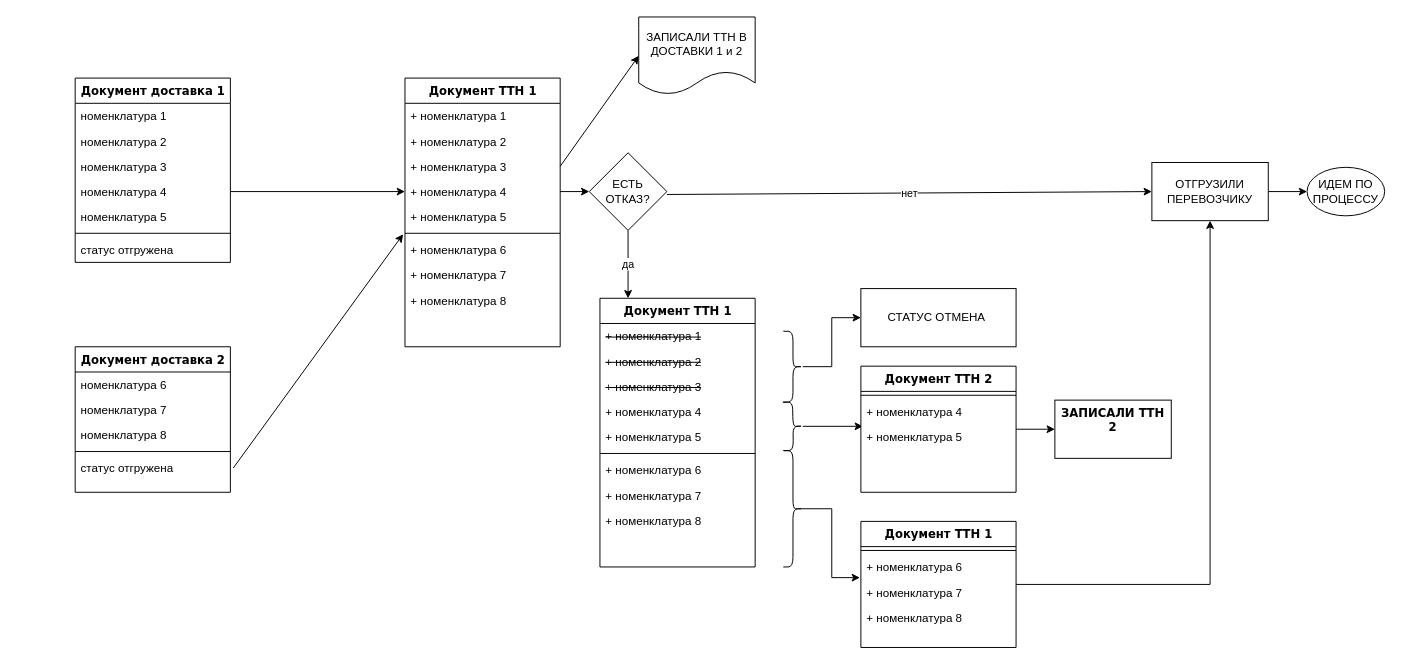
gleb-ehorich/gleb-ehorich keeps this draw.io diagram as Untitled Diagram.drawio. Above is the earlier version. Source tidied: cells renumbered, new cells numbered last; positions are measured from the earlier drawing's top-left corner, leaving out a move shared by most shapes. Both pictures are drawn from the tidied source at 97%, with x=0, y=0 at pixel (75, 16).
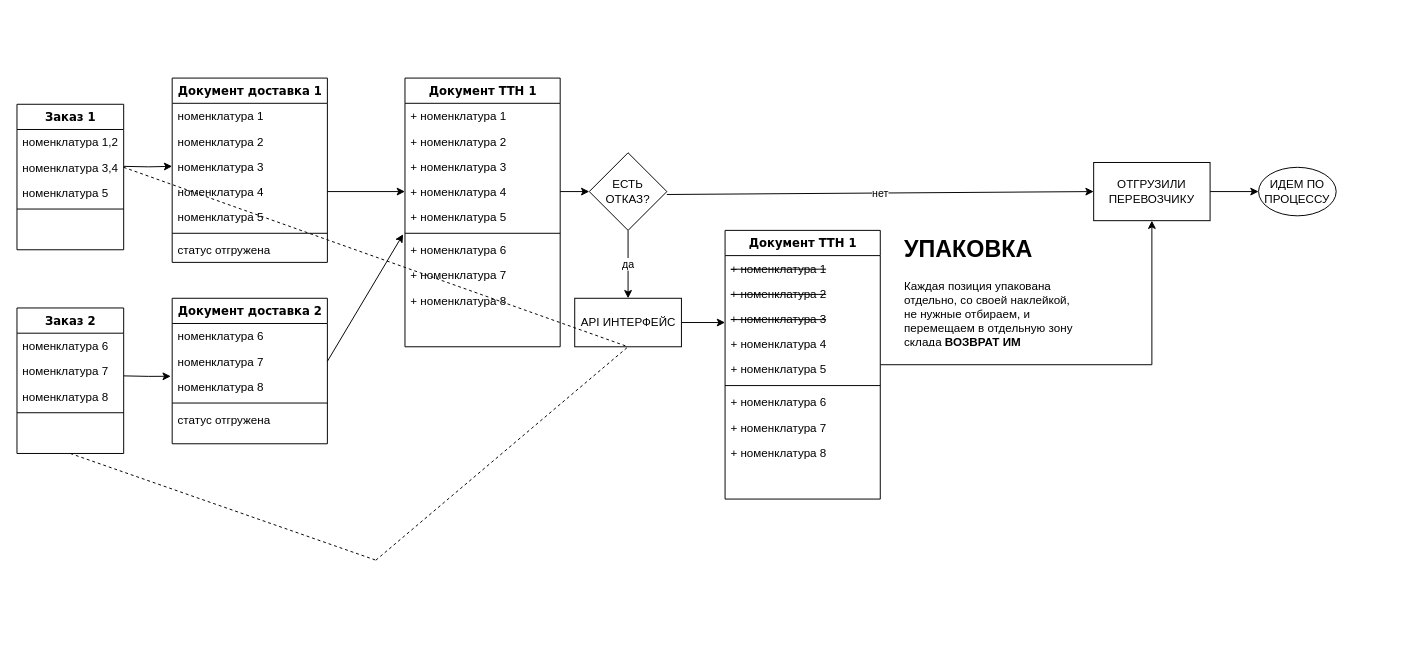
The same diagram, later.

Unchanged cells that the change refers to:
```xml
<mxCell id="5" value="номенклатура 3" style="text;html=1;strokeColor=none;fillColor=none;align=left;verticalAlign=top;spacingLeft=4;spacingRight=4;whiteSpace=wrap;overflow=hidden;points=[[0,0.5],[1,0.5]];portConstraint=eastwest;" parent="2" vertex="1">
  <mxGeometry y="78" width="160" height="26" as="geometry" />
</mxCell>
<mxCell id="13" value="+ номенклатура 3" style="text;html=1;strokeColor=none;fillColor=none;align=left;verticalAlign=top;spacingLeft=4;spacingRight=4;whiteSpace=wrap;overflow=hidden;points=[[0,0.5],[1,0.5]];portConstraint=eastwest;" parent="10" vertex="1">
  <mxGeometry y="78" width="160" height="26" as="geometry" />
</mxCell>
<mxCell id="17" value="+ номенклатура 6" style="text;html=1;strokeColor=none;fillColor=none;align=left;verticalAlign=top;spacingLeft=4;spacingRight=4;whiteSpace=wrap;overflow=hidden;points=[[0,0.5],[1,0.5]];portConstraint=eastwest;" parent="10" vertex="1">
  <mxGeometry y="164" width="160" height="26" as="geometry" />
</mxCell>
<mxCell id="22" value="номенклатура 7" style="text;html=1;strokeColor=none;fillColor=none;align=left;verticalAlign=top;spacingLeft=4;spacingRight=4;whiteSpace=wrap;overflow=hidden;points=[[0,0.5],[1,0.5]];portConstraint=eastwest;" parent="20" vertex="1">
  <mxGeometry y="52" width="160" height="26" as="geometry" />
</mxCell>
<mxCell id="23" value="номенклатура 8" style="text;html=1;strokeColor=none;fillColor=none;align=left;verticalAlign=top;spacingLeft=4;spacingRight=4;whiteSpace=wrap;overflow=hidden;points=[[0,0.5],[1,0.5]];portConstraint=eastwest;" parent="20" vertex="1">
  <mxGeometry y="78" width="160" height="26" as="geometry" />
</mxCell>
<mxCell id="40" value="&lt;strike&gt;+ номенклатура 3&lt;/strike&gt;" style="text;html=1;strokeColor=none;fillColor=none;align=left;verticalAlign=top;spacingLeft=4;spacingRight=4;whiteSpace=wrap;overflow=hidden;points=[[0,0.5],[1,0.5]];portConstraint=eastwest;" parent="37" vertex="1">
  <mxGeometry y="78" width="160" height="26" as="geometry" />
</mxCell>
```

The edit, as a diff of the source:
```diff
@@
     <mxCell id="2" value="Документ доставка 1" style="swimlane;html=1;fontStyle=1;align=center;verticalAlign=top;horizontal=1;startSize=26;swimlaneFillColor=#ffffff;rounded=0;shadow=0;comic=0;labelBackgroundColor=none;strokeWidth=1;fillColor=none;fontFamily=Verdana;fontSize=12;" parent="1" vertex="1">
-      <mxGeometry y="63" width="160" height="190" as="geometry" />
+      <mxGeometry x="100" y="63" width="160" height="190" as="geometry" />
     </mxCell>
@@
     <mxCell id="20" value="Документ доставка 2" style="swimlane;html=1;fontStyle=1;align=center;verticalAlign=top;horizontal=1;startSize=26;swimlaneFillColor=#ffffff;rounded=0;shadow=0;comic=0;labelBackgroundColor=none;strokeWidth=1;fillColor=none;fontFamily=Verdana;fontSize=12;" parent="1" vertex="1">
-      <mxGeometry y="340" width="160" height="150" as="geometry" />
+      <mxGeometry x="100" y="290" width="160" height="150" as="geometry" />
     </mxCell>
@@
-    <mxCell id="27" style="endArrow=classic;html=1;exitX=1.019;exitY=0.808;exitDx=0;exitDy=0;exitPerimeter=0;entryX=-0.012;entryY=-0.115;entryDx=0;entryDy=0;entryPerimeter=0;" parent="1" edge="1" target="17">
-      <mxGeometry relative="1" as="geometry">
-        <mxPoint x="163" y="465" as="sourcePoint" />
-      </mxGeometry>
+    <mxCell id="27" style="endArrow=classic;html=1;exitX=1;exitY=0.5;exitDx=0;exitDy=0;entryX=-0.012;entryY=-0.115;entryDx=0;entryDy=0;entryPerimeter=0;" parent="1" edge="1" source="22" target="17">
+      <mxGeometry relative="1" as="geometry" />
     </mxCell>
@@
     <mxCell id="33" value="ОТГРУЗИЛИ ПЕРЕВОЗЧИКУ" style="rounded=0;whiteSpace=wrap;html=1;" parent="1" vertex="1">
-      <mxGeometry x="1110" y="150" width="120" height="60" as="geometry" />
+      <mxGeometry x="1050" y="150" width="120" height="60" as="geometry" />
     </mxCell>
     <mxCell id="34" value="ИДЕМ ПО ПРОЦЕССУ" style="ellipse;whiteSpace=wrap;html=1;" parent="1" vertex="1">
-      <mxGeometry x="1270" y="155" width="80" height="50" as="geometry" />
+      <mxGeometry x="1220" y="155" width="80" height="50" as="geometry" />
     </mxCell>
-    <mxCell id="35" value="ЗАПИСАЛИ ТТН В ДОСТАВКИ 1 и 2" style="shape=document;whiteSpace=wrap;html=1;boundedLbl=1;" parent="1" vertex="1">
-      <mxGeometry x="581" width="120" height="80" as="geometry" />
-    </mxCell>
-    <mxCell id="36" style="endArrow=classic;html=1;entryX=0;entryY=0.5;entryDx=0;entryDy=0;exitX=1;exitY=0.5;exitDx=0;exitDy=0;" parent="1" edge="1" source="13" target="35">
-      <mxGeometry relative="1" as="geometry" />
-    </mxCell>
+    <mxCell id="66" style="edgeStyle=orthogonalEdgeStyle;rounded=0;jettySize=auto;html=1;entryX=0.5;entryY=1;entryDx=0;entryDy=0;" parent="1" edge="1" source="37" target="33">
+      <mxGeometry relative="1" as="geometry" />
+    </mxCell>
     <mxCell id="37" value="Документ ТТН 1" style="swimlane;html=1;fontStyle=1;align=center;verticalAlign=top;horizontal=1;startSize=26;swimlaneFillColor=#ffffff;rounded=0;shadow=0;comic=0;labelBackgroundColor=none;strokeWidth=1;fillColor=none;fontFamily=Verdana;fontSize=12;" parent="1" vertex="1">
-      <mxGeometry x="541" y="290" width="160" height="277" as="geometry" />
+      <mxGeometry x="670" y="220" width="160" height="277" as="geometry" />
     </mxCell>
@@
-    <mxCell id="47" style="edgeStyle=orthogonalEdgeStyle;rounded=0;jettySize=auto;html=1;exitX=0.1;exitY=0.5;exitDx=0;exitDy=0;exitPerimeter=0;entryX=-0.006;entryY=0.923;entryDx=0;entryDy=0;entryPerimeter=0;" parent="1" edge="1" source="48" target="52">
-      <mxGeometry relative="1" as="geometry" />
-    </mxCell>
-    <mxCell id="48" style="shape=curlyBracket;whiteSpace=wrap;html=1;rounded=1;rotation=-180;" parent="1" vertex="1">
-      <mxGeometry x="730" y="447" width="20" height="120" as="geometry" />
-    </mxCell>
-    <mxCell id="49" style="edgeStyle=orthogonalEdgeStyle;rounded=0;jettySize=auto;html=1;entryX=0.5;entryY=1;entryDx=0;entryDy=0;" parent="1" edge="1" source="50" target="33">
-      <mxGeometry relative="1" as="geometry" />
-    </mxCell>
-    <mxCell id="50" value="Документ ТТН 1" style="swimlane;html=1;fontStyle=1;align=center;verticalAlign=top;horizontal=1;startSize=26;swimlaneFillColor=#ffffff;rounded=0;shadow=0;comic=0;labelBackgroundColor=none;strokeWidth=1;fillColor=none;fontFamily=Verdana;fontSize=12;" parent="1" vertex="1">
-      <mxGeometry x="810" y="520" width="160" height="130" as="geometry" />
-    </mxCell>
-    <mxCell id="51" style="line;html=1;strokeWidth=1;fillColor=none;align=left;verticalAlign=middle;spacingTop=-1;spacingLeft=3;spacingRight=3;labelPosition=right;" parent="50" vertex="1">
-      <mxGeometry y="26" width="160" height="8" as="geometry" />
-    </mxCell>
-    <mxCell id="52" value="+ номенклатура 6" style="text;html=1;strokeColor=none;fillColor=none;align=left;verticalAlign=top;spacingLeft=4;spacingRight=4;whiteSpace=wrap;overflow=hidden;points=[[0,0.5],[1,0.5]];portConstraint=eastwest;" parent="50" vertex="1">
-      <mxGeometry y="34" width="160" height="26" as="geometry" />
-    </mxCell>
-    <mxCell id="53" value="+ номенклатура 7" style="text;html=1;strokeColor=none;fillColor=none;align=left;verticalAlign=top;spacingLeft=4;spacingRight=4;whiteSpace=wrap;overflow=hidden;" parent="50" vertex="1">
-      <mxGeometry y="60" width="160" height="26" as="geometry" />
-    </mxCell>
-    <mxCell id="54" value="+ номенклатура 8" style="text;html=1;strokeColor=none;fillColor=none;align=left;verticalAlign=top;spacingLeft=4;spacingRight=4;whiteSpace=wrap;overflow=hidden;" parent="50" vertex="1">
-      <mxGeometry y="86" width="160" height="26" as="geometry" />
-    </mxCell>
-    <mxCell id="55" style="edgeStyle=orthogonalEdgeStyle;rounded=0;jettySize=auto;html=1;entryX=0.013;entryY=0.077;entryDx=0;entryDy=0;entryPerimeter=0;" parent="1" edge="1" source="56" target="61">
-      <mxGeometry relative="1" as="geometry" />
-    </mxCell>
-    <mxCell id="56" style="shape=curlyBracket;whiteSpace=wrap;html=1;rounded=1;rotation=-181;size=0.5;" parent="1" vertex="1">
-      <mxGeometry x="730" y="397" width="20" height="50" as="geometry" />
-    </mxCell>
-    <mxCell id="57" style="edgeStyle=orthogonalEdgeStyle;rounded=0;jettySize=auto;html=1;" parent="1" edge="1" source="58" target="65">
-      <mxGeometry relative="1" as="geometry" />
-    </mxCell>
-    <mxCell id="58" value="Документ ТТН 2" style="swimlane;html=1;fontStyle=1;align=center;verticalAlign=top;horizontal=1;startSize=26;swimlaneFillColor=#ffffff;rounded=0;shadow=0;comic=0;labelBackgroundColor=none;strokeWidth=1;fillColor=none;fontFamily=Verdana;fontSize=12;" parent="1" vertex="1">
-      <mxGeometry x="810" y="360" width="160" height="130" as="geometry" />
-    </mxCell>
-    <mxCell id="59" style="line;html=1;strokeWidth=1;fillColor=none;align=left;verticalAlign=middle;spacingTop=-1;spacingLeft=3;spacingRight=3;labelPosition=right;" parent="58" vertex="1">
-      <mxGeometry y="26" width="160" height="8" as="geometry" />
-    </mxCell>
-    <mxCell id="60" value="+ номенклатура 4" style="text;html=1;strokeColor=none;fillColor=none;align=left;verticalAlign=top;spacingLeft=4;spacingRight=4;whiteSpace=wrap;overflow=hidden;" parent="58" vertex="1">
-      <mxGeometry y="34" width="160" height="26" as="geometry" />
-    </mxCell>
-    <mxCell id="61" value="+ номенклатура 5" style="text;html=1;strokeColor=none;fillColor=none;align=left;verticalAlign=top;spacingLeft=4;spacingRight=4;whiteSpace=wrap;overflow=hidden;points=[[0,0.5],[1,0.5]];portConstraint=eastwest;" parent="58" vertex="1">
-      <mxGeometry y="60" width="160" height="26" as="geometry" />
-    </mxCell>
-    <mxCell id="62" style="edgeStyle=orthogonalEdgeStyle;rounded=0;jettySize=auto;html=1;" parent="1" edge="1" source="63" target="64">
-      <mxGeometry relative="1" as="geometry" />
-    </mxCell>
-    <mxCell id="63" style="shape=curlyBracket;whiteSpace=wrap;html=1;rounded=1;rotation=-180;" parent="1" vertex="1">
-      <mxGeometry x="730" y="324" width="20" height="73" as="geometry" />
-    </mxCell>
-    <mxCell id="64" value="СТАТУС ОТМЕНА&amp;nbsp;" style="rounded=0;whiteSpace=wrap;html=1;" parent="1" vertex="1">
-      <mxGeometry x="810" y="280" width="160" height="60" as="geometry" />
-    </mxCell>
-    <mxCell id="65" value="ЗАПИСАЛИ ТТН 2" style="whiteSpace=wrap;html=1;rounded=0;shadow=0;fontFamily=Verdana;fontStyle=1;verticalAlign=top;strokeWidth=1;fillColor=none;swimlaneFillColor=#ffffff;startSize=26;comic=0;" parent="1" vertex="1">
-      <mxGeometry x="1010" y="395" width="120" height="60" as="geometry" />
-    </mxCell>
+    <mxCell id="67" style="edgeStyle=orthogonalEdgeStyle;rounded=0;jettySize=auto;html=1;entryX=0;entryY=0.654;entryDx=0;entryDy=0;entryPerimeter=0;" parent="1" edge="1" source="68" target="40">
+      <mxGeometry relative="1" as="geometry" />
+    </mxCell>
+    <mxCell id="68" value="API ИНТЕРФЕЙС" style="html=1;" parent="1" vertex="1">
+      <mxGeometry x="515" y="290" width="110" height="50" as="geometry" />
+    </mxCell>
+    <mxCell id="69" value="&lt;h1&gt;УПАКОВКА&lt;/h1&gt;&lt;div&gt;Каждая позиция упакована отдельно, со своей наклейкой, не нужные отбираем, и перемещаем в отдельную зону склада &lt;b&gt;ВОЗВРАТ ИМ&lt;/b&gt;&lt;/div&gt;" style="text;html=1;strokeColor=none;fillColor=none;spacing=5;spacingTop=-20;whiteSpace=wrap;overflow=hidden;rounded=0;" parent="1" vertex="1">
+      <mxGeometry x="850" y="220" width="190" height="120" as="geometry" />
+    </mxCell>
+    <mxCell id="70" style="edgeStyle=orthogonalEdgeStyle;rounded=0;jettySize=auto;html=1;entryX=0;entryY=0.5;entryDx=0;entryDy=0;" parent="1" edge="1" target="5">
+      <mxGeometry relative="1" as="geometry">
+        <mxPoint x="50" y="154" as="sourcePoint" />
+      </mxGeometry>
+    </mxCell>
+    <mxCell id="71" style="edgeStyle=orthogonalEdgeStyle;rounded=0;jettySize=auto;html=1;entryX=-0.009;entryY=0.093;entryDx=0;entryDy=0;entryPerimeter=0;" parent="1" edge="1" target="23">
+      <mxGeometry relative="1" as="geometry">
+        <mxPoint x="50" y="370" as="sourcePoint" />
+      </mxGeometry>
+    </mxCell>
+    <mxCell id="72" value="Заказ 1" style="swimlane;html=1;fontStyle=1;align=center;verticalAlign=top;horizontal=1;startSize=26;swimlaneFillColor=#ffffff;rounded=0;shadow=0;comic=0;labelBackgroundColor=none;strokeWidth=1;fillColor=none;fontFamily=Verdana;fontSize=12;" parent="1" vertex="1">
+      <mxGeometry x="-60" y="90" width="110" height="150" as="geometry" />
+    </mxCell>
+    <mxCell id="73" value="номенклатура 1,2" style="text;html=1;strokeColor=none;fillColor=none;align=left;verticalAlign=top;spacingLeft=4;spacingRight=4;whiteSpace=wrap;overflow=hidden;" parent="72" vertex="1">
+      <mxGeometry y="26" width="110" height="26" as="geometry" />
+    </mxCell>
+    <mxCell id="74" value="номенклатура 3,4" style="text;html=1;strokeColor=none;fillColor=none;align=left;verticalAlign=top;spacingLeft=4;spacingRight=4;whiteSpace=wrap;overflow=hidden;points=[[0,0.5],[1,0.5]];portConstraint=eastwest;" parent="72" vertex="1">
+      <mxGeometry y="52" width="110" height="26" as="geometry" />
+    </mxCell>
+    <mxCell id="75" value="номенклатура 5" style="text;html=1;strokeColor=none;fillColor=none;align=left;verticalAlign=top;spacingLeft=4;spacingRight=4;whiteSpace=wrap;overflow=hidden;" parent="72" vertex="1">
+      <mxGeometry y="78" width="110" height="26" as="geometry" />
+    </mxCell>
+    <mxCell id="76" style="line;html=1;strokeWidth=1;fillColor=none;align=left;verticalAlign=middle;spacingTop=-1;spacingLeft=3;spacingRight=3;labelPosition=right;" parent="72" vertex="1">
+      <mxGeometry y="104" width="110" height="8" as="geometry" />
+    </mxCell>
+    <mxCell id="77" value="Заказ 2" style="swimlane;html=1;fontStyle=1;align=center;verticalAlign=top;horizontal=1;startSize=26;swimlaneFillColor=#ffffff;rounded=0;shadow=0;comic=0;labelBackgroundColor=none;strokeWidth=1;fillColor=none;fontFamily=Verdana;fontSize=12;" parent="1" vertex="1">
+      <mxGeometry x="-60" y="300" width="110" height="150" as="geometry" />
+    </mxCell>
+    <mxCell id="78" value="номенклатура 6" style="text;html=1;strokeColor=none;fillColor=none;align=left;verticalAlign=top;spacingLeft=4;spacingRight=4;whiteSpace=wrap;overflow=hidden;" parent="77" vertex="1">
+      <mxGeometry y="26" width="110" height="26" as="geometry" />
+    </mxCell>
+    <mxCell id="79" value="номенклатура 7" style="text;html=1;strokeColor=none;fillColor=none;align=left;verticalAlign=top;spacingLeft=4;spacingRight=4;whiteSpace=wrap;overflow=hidden;" parent="77" vertex="1">
+      <mxGeometry y="52" width="110" height="26" as="geometry" />
+    </mxCell>
+    <mxCell id="80" value="номенклатура 8" style="text;html=1;strokeColor=none;fillColor=none;align=left;verticalAlign=top;spacingLeft=4;spacingRight=4;whiteSpace=wrap;overflow=hidden;" parent="77" vertex="1">
+      <mxGeometry y="78" width="110" height="26" as="geometry" />
+    </mxCell>
+    <mxCell id="81" style="line;html=1;strokeWidth=1;fillColor=none;align=left;verticalAlign=middle;spacingTop=-1;spacingLeft=3;spacingRight=3;labelPosition=right;" parent="77" vertex="1">
+      <mxGeometry y="104" width="110" height="8" as="geometry" />
+    </mxCell>
+    <mxCell id="82" style="endArrow=none;dashed=1;html=1;exitX=0.5;exitY=1;exitDx=0;exitDy=0;" parent="1" edge="1" source="77">
+      <mxGeometry relative="1" as="geometry">
+        <mxPoint x="310" y="560" as="targetPoint" />
+      </mxGeometry>
+    </mxCell>
+    <mxCell id="83" style="endArrow=none;dashed=1;html=1;entryX=0.5;entryY=1;entryDx=0;entryDy=0;" parent="1" edge="1" target="68">
+      <mxGeometry relative="1" as="geometry">
+        <mxPoint x="310" y="560" as="sourcePoint" />
+      </mxGeometry>
+    </mxCell>
+    <mxCell id="84" style="endArrow=none;dashed=1;html=1;exitX=1;exitY=0.5;exitDx=0;exitDy=0;entryX=0.5;entryY=1;entryDx=0;entryDy=0;" parent="1" edge="1" source="74" target="68">
+      <mxGeometry relative="1" as="geometry" />
+    </mxCell>
```
